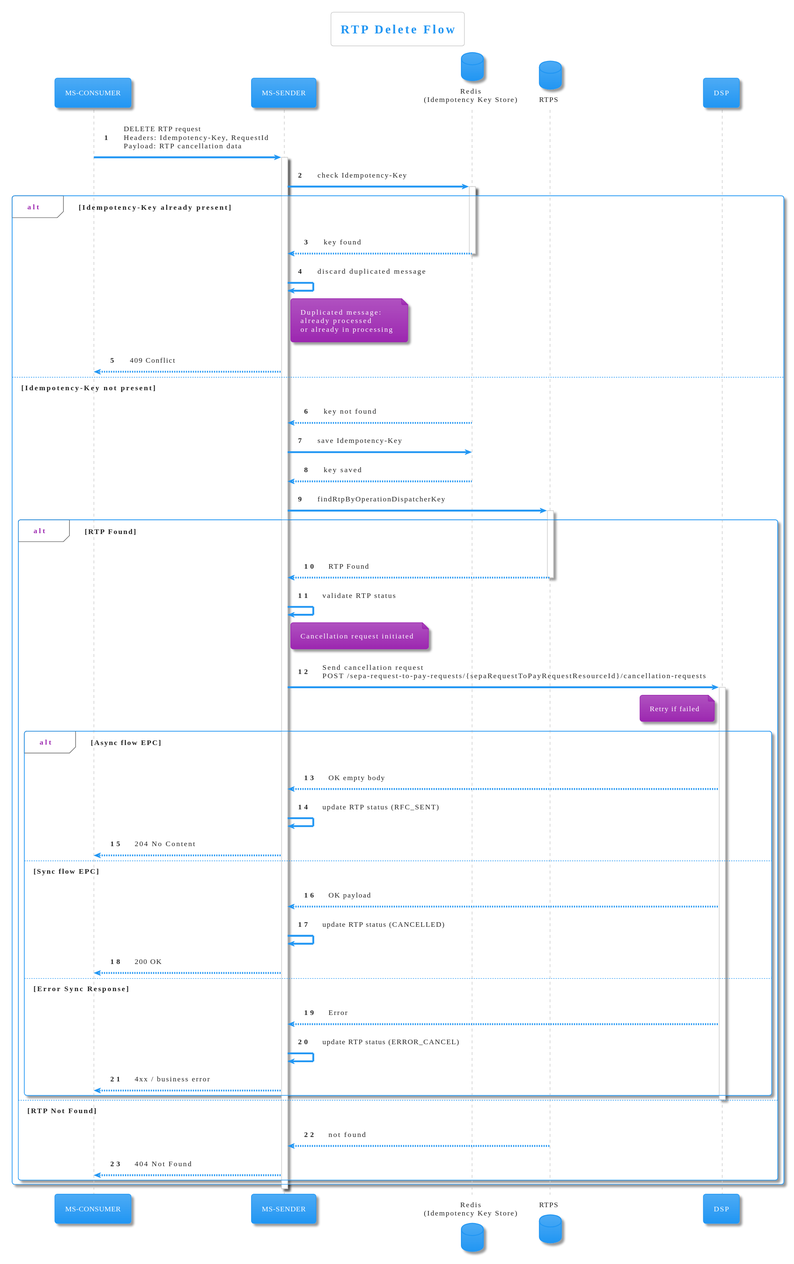
Above: diagrams/cancel.svg in pagopa/rtp-docs (PlantUML), before the change. Source of this version:
```plantuml
@startuml

!theme materia

title RTP Delete Flow

participant "MS-CONSUMER" as CONSUMER
participant "MS-SENDER" as SENDER
database "Redis\n(Idempotency Key Store)" as REDIS
database "RTPS" as SRTP
participant "DSP" as DSP

autonumber

CONSUMER -> SENDER: DELETE RTP request\nHeaders: Idempotency-Key, RequestId\nPayload: RTP cancellation data
activate SENDER

SENDER -> REDIS: check Idempotency-Key
activate REDIS

alt Idempotency-Key already present
    REDIS --> SENDER: key found
    deactivate REDIS
    SENDER -> SENDER: discard duplicated message
    note right of SENDER
      Duplicated message:
      already processed
      or already in processing
    end note
    SENDER --> CONSUMER: 409 Conflict

else Idempotency-Key not present
    REDIS --> SENDER: key not found
    SENDER -> REDIS: save Idempotency-Key
    REDIS --> SENDER: key saved
    deactivate REDIS

    SENDER -> SRTP: findRtpByOperationDispatcherKey
    activate SRTP

    alt RTP Found
        SRTP --> SENDER: RTP Found
        deactivate SRTP

        SENDER -> SENDER: validate RTP status
        note right of SENDER
          Cancellation request initiated
        end note

        SENDER -> DSP: Send cancellation request\nPOST /sepa-request-to-pay-requests/{sepaRequestToPayRequestResourceId}/cancellation-requests
        activate DSP

        note left of DSP
          Retry if failed
        end note

        alt Async flow EPC
            DSP --> SENDER: OK empty body
            SENDER -> SENDER: update RTP status (RFC_SENT)
            SENDER --> CONSUMER: 204 No Content

        else Sync flow EPC
            DSP --> SENDER: OK payload
            SENDER -> SENDER: update RTP status (CANCELLED)
            SENDER --> CONSUMER: 200 OK

        else Error Sync Response
            DSP --> SENDER: Error
            SENDER -> SENDER: update RTP status (ERROR_CANCEL)
            SENDER --> CONSUMER: 4xx / business error
        end

        deactivate DSP

    else RTP Not Found
        SRTP --> SENDER: not found
        deactivate SRTP
        SENDER --> CONSUMER: 404 Not Found
    end
end

deactivate SENDER
@enduml
```
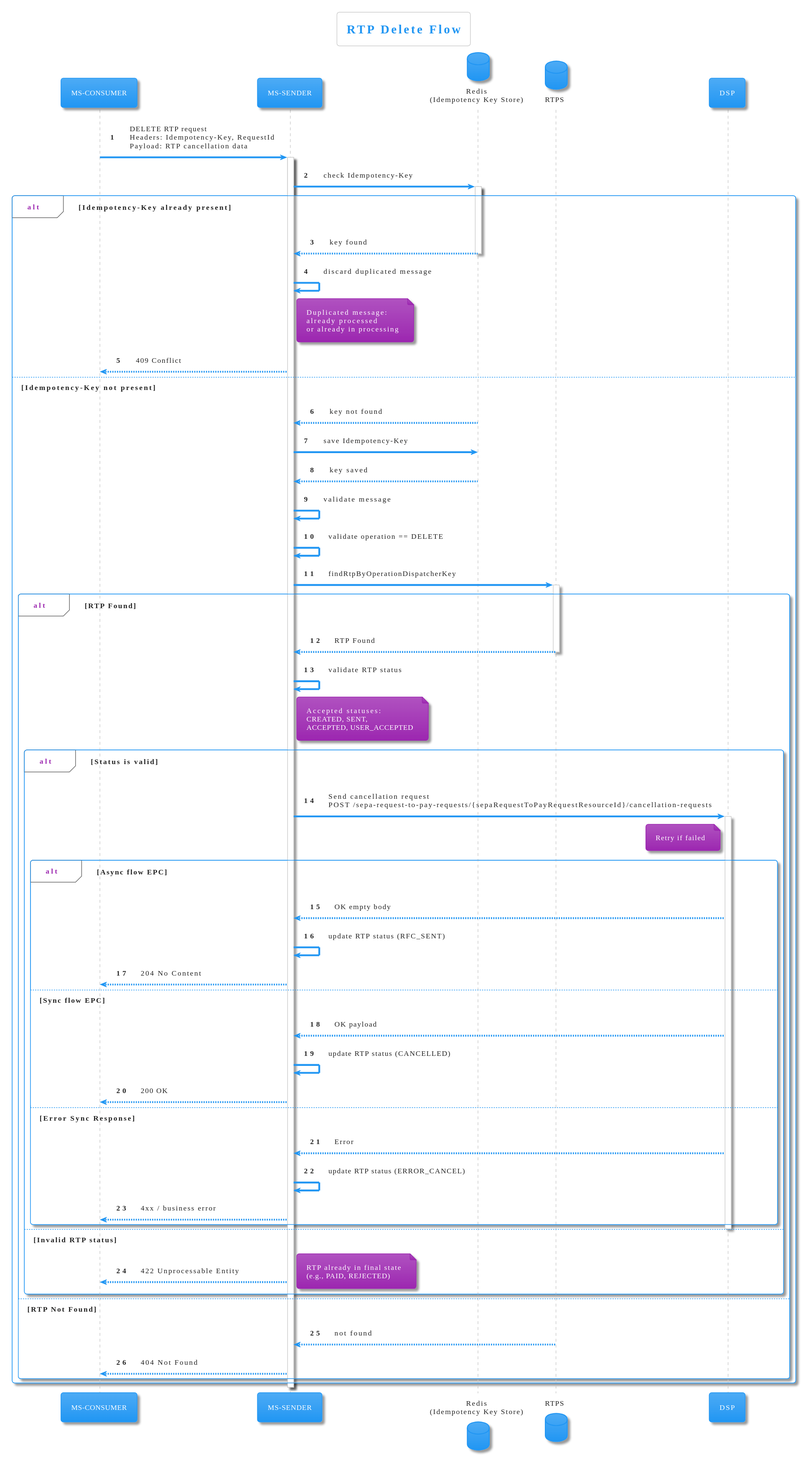
Later version of the same file.

Commit message:
feat: [SRTP-1606] update dr gpd-message flow (#40)

The edit, as a diff of the source:
```diff
@@ -35,6 +35,8 @@
     REDIS --> SENDER: key saved
     deactivate REDIS
 
+    SENDER -> SENDER: validate message
+    SENDER -> SENDER: validate operation == DELETE
     SENDER -> SRTP: findRtpByOperationDispatcherKey
     activate SRTP
 
@@ -44,33 +46,44 @@
 
         SENDER -> SENDER: validate RTP status
         note right of SENDER
-          Cancellation request initiated
+          Accepted statuses:
+          CREATED, SENT,
+          ACCEPTED, USER_ACCEPTED
         end note
 
-        SENDER -> DSP: Send cancellation request\nPOST /sepa-request-to-pay-requests/{sepaRequestToPayRequestResourceId}/cancellation-requests
-        activate DSP
+        alt Status is valid
+            SENDER -> DSP: Send cancellation request\nPOST /sepa-request-to-pay-requests/{sepaRequestToPayRequestResourceId}/cancellation-requests
+            activate DSP
 
-        note left of DSP
-          Retry if failed
-        end note
+            note left of DSP
+              Retry if failed
+            end note
 
-        alt Async flow EPC
-            DSP --> SENDER: OK empty body
-            SENDER -> SENDER: update RTP status (RFC_SENT)
-            SENDER --> CONSUMER: 204 No Content
+            alt Async flow EPC
+                DSP --> SENDER: OK empty body
+                SENDER -> SENDER: update RTP status (RFC_SENT)
+                SENDER --> CONSUMER: 204 No Content
 
-        else Sync flow EPC
-            DSP --> SENDER: OK payload
-            SENDER -> SENDER: update RTP status (CANCELLED)
-            SENDER --> CONSUMER: 200 OK
+            else Sync flow EPC
+                DSP --> SENDER: OK payload
+                SENDER -> SENDER: update RTP status (CANCELLED)
+                SENDER --> CONSUMER: 200 OK
 
-        else Error Sync Response
-            DSP --> SENDER: Error
-            SENDER -> SENDER: update RTP status (ERROR_CANCEL)
-            SENDER --> CONSUMER: 4xx / business error
+            else Error Sync Response
+                DSP --> SENDER: Error
+                SENDER -> SENDER: update RTP status (ERROR_CANCEL)
+                SENDER --> CONSUMER: 4xx / business error
+            end
+
+            deactivate DSP
+
+        else Invalid RTP status
+            SENDER --> CONSUMER: 422 Unprocessable Entity
+            note right
+              RTP already in final state
+              (e.g., PAID, REJECTED)
+            end note
         end
-
-        deactivate DSP
 
     else RTP Not Found
         SRTP --> SENDER: not found
```
